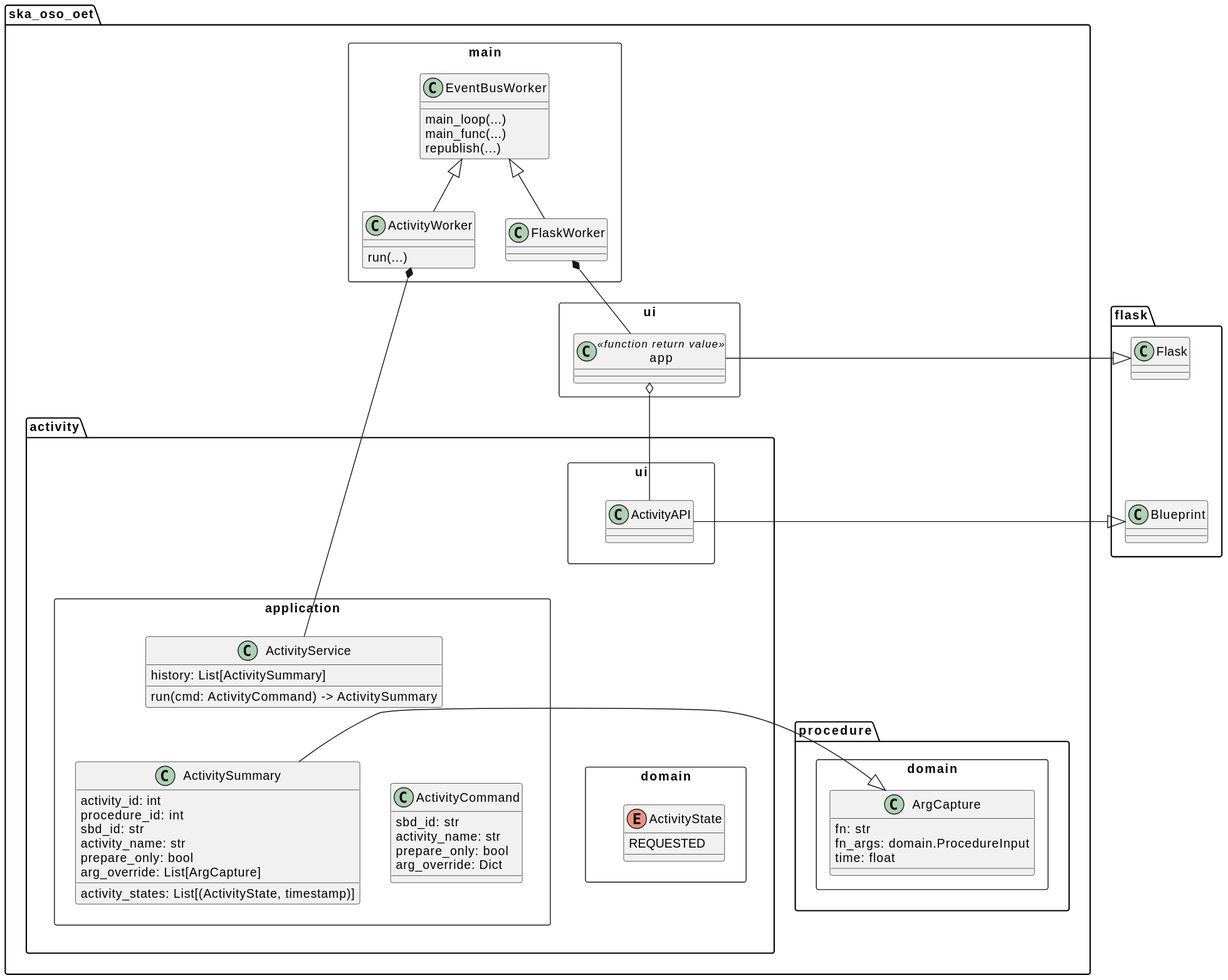
The PlantUML diagram docs/src/diagrams/export/backend_module_ui_primary_activity.svg in ska-telescope/observation-execution-tool, before a commit.
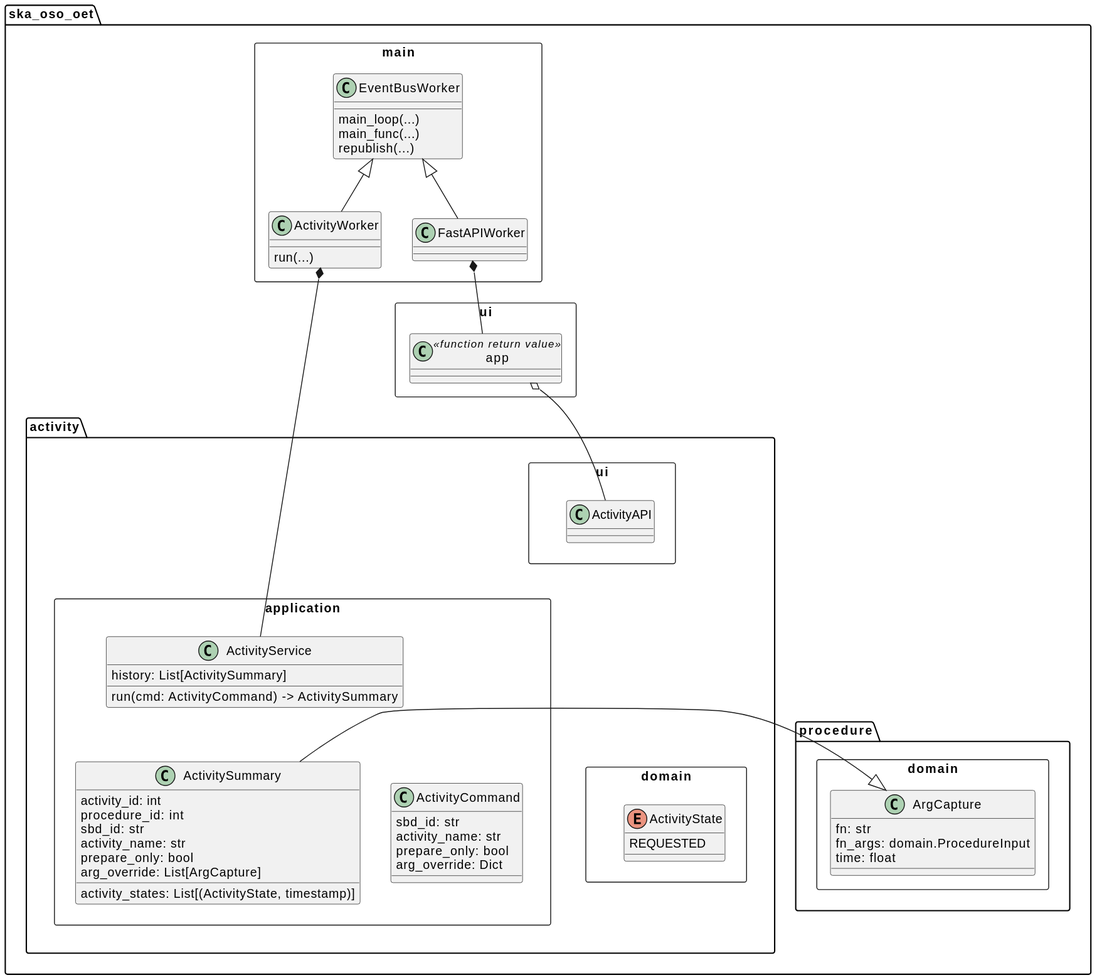
The same diagram one commit later.

What changed in the source:
```diff
@@ -8,7 +8,7 @@
             run(...)
         }
 
-        class FlaskWorker
+        class FastAPIWorker
 
         class EventBusWorker {
             main_loop(...)
@@ -17,7 +17,7 @@
         }
 
         ActivityWorker -up-|> EventBusWorker
-        FlaskWorker -up-|> EventBusWorker
+        FastAPIWorker -up-|> EventBusWorker
     }
 
     package ui <<Rectangle>> {
@@ -66,7 +66,7 @@
             }
         }
 
-        FlaskWorker *-- app
+        FastAPIWorker *-- app
         ActivityWorker *-- ActivityService
     }
 
@@ -84,16 +84,6 @@
     }
 }
 
-package flask {
-    class Flask
-    class Blueprint
-
-    Flask -down[hidden]- Blueprint
-}
-
-app -|> Flask
-ActivityAPI -|> Blueprint
-
 activity_ui -down[hidden]- application
 application -down[hidden]- activity_domain
 
```
